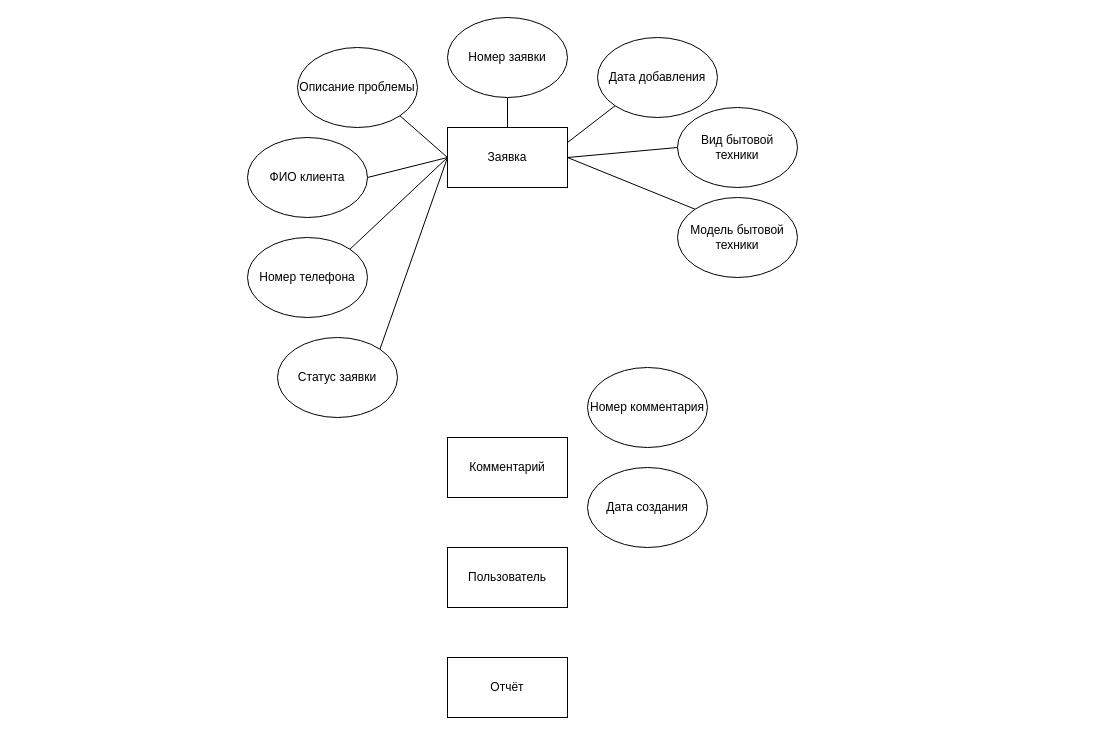
Earlier version of the draw.io diagram page "ER-диаграмма" (3 of 3) of Модуль 1/Вариант_1.drawio (DanizThere/ISRPO_LP). Source tidied: cells renumbered, new cells numbered last; positions are measured from the earlier drawing's top-left corner, leaving out a move shared by most shapes. Both pictures are drawn from the tidied source at 100%, with x=0, y=0 at pixel (247, 17).
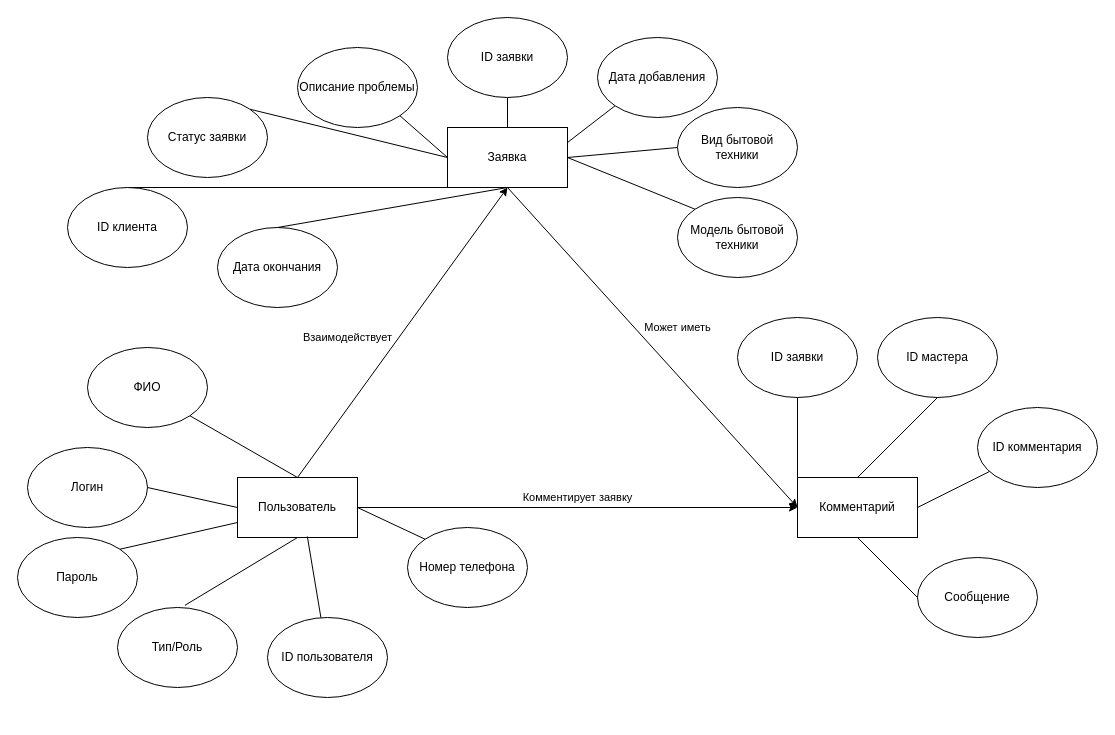
The same diagram, later.

The change refers to these unchanged cells:
```xml
<mxCell id="2" value="Заявка" style="rounded=0;whiteSpace=wrap;html=1;" parent="1" vertex="1">
  <mxGeometry x="200" y="110" width="120" height="60" as="geometry" />
</mxCell>
```

Diff of the diagram source:
```diff
@@
+    <mxCell id="24" value="Может иметь" style="rounded=0;jettySize=auto;html=1;exitX=0.5;exitY=1;exitDx=0;exitDy=0;entryX=0;entryY=0.5;entryDx=0;entryDy=0;" parent="1" edge="1" source="2" target="3">
+      <mxGeometry x="0.01" y="32" relative="1" as="geometry" />
+    </mxCell>
@@
     <mxCell id="3" value="Комментарий" style="rounded=0;whiteSpace=wrap;html=1;" parent="1" vertex="1">
-      <mxGeometry x="200" y="420" width="120" height="60" as="geometry" />
+      <mxGeometry x="550" y="460" width="120" height="60" as="geometry" />
     </mxCell>
+    <mxCell id="25" value="Комментирует заявку" style="edgeStyle=orthogonalEdgeStyle;rounded=0;jettySize=auto;html=1;exitX=1;exitY=0.5;exitDx=0;exitDy=0;entryX=0;entryY=0.5;entryDx=0;entryDy=0;" parent="1" edge="1" source="4" target="3">
+      <mxGeometry y="10" relative="1" as="geometry" />
+    </mxCell>
+    <mxCell id="26" value="Взаимодействует" style="rounded=0;jettySize=auto;html=1;exitX=0.5;exitY=0;exitDx=0;exitDy=0;entryX=0.5;entryY=1;entryDx=0;entryDy=0;" parent="1" edge="1" source="4" target="2">
+      <mxGeometry x="-0.2" y="42" relative="1" as="geometry" />
+    </mxCell>
     <mxCell id="4" value="Пользователь" style="rounded=0;whiteSpace=wrap;html=1;" parent="1" vertex="1">
-      <mxGeometry x="200" y="530" width="120" height="60" as="geometry" />
+      <mxGeometry x="-10" y="460" width="120" height="60" as="geometry" />
     </mxCell>
-    <mxCell id="5" value="Отчёт" style="rounded=0;whiteSpace=wrap;html=1;" parent="1" vertex="1">
-      <mxGeometry x="200" y="640" width="120" height="60" as="geometry" />
-    </mxCell>
@@
-    <mxCell id="7" value="Номер заявки" style="ellipse;whiteSpace=wrap;html=1;" parent="1" vertex="1">
+    <mxCell id="7" value="ID заявки" style="ellipse;whiteSpace=wrap;html=1;" parent="1" vertex="1">
       <mxGeometry x="200" width="120" height="80" as="geometry" />
     </mxCell>
@@
-    <mxCell id="15" style="rounded=0;jettySize=auto;html=1;exitX=1;exitY=0.5;exitDx=0;exitDy=0;entryX=0;entryY=0.5;entryDx=0;entryDy=0;endArrow=none;endFill=0;" parent="1" edge="1" source="16" target="2">
-      <mxGeometry relative="1" as="geometry" />
-    </mxCell>
-    <mxCell id="16" value="ФИО клиента" style="ellipse;whiteSpace=wrap;html=1;" parent="1" vertex="1">
-      <mxGeometry y="120" width="120" height="80" as="geometry" />
-    </mxCell>
-    <mxCell id="17" style="rounded=0;jettySize=auto;html=1;exitX=1;exitY=0;exitDx=0;exitDy=0;entryX=0;entryY=0.5;entryDx=0;entryDy=0;endArrow=none;endFill=0;" parent="1" edge="1" source="18" target="2">
+    <mxCell id="17" style="rounded=0;jettySize=auto;html=1;exitX=0.5;exitY=0;exitDx=0;exitDy=0;entryX=0.5;entryY=1;entryDx=0;entryDy=0;endArrow=none;endFill=0;" parent="1" edge="1" source="33" target="2">
       <mxGeometry relative="1" as="geometry" />
     </mxCell>
-    <mxCell id="18" value="Номер телефона" style="ellipse;whiteSpace=wrap;html=1;" parent="1" vertex="1">
-      <mxGeometry y="220" width="120" height="80" as="geometry" />
-    </mxCell>
@@
     <mxCell id="20" value="Статус заявки" style="ellipse;whiteSpace=wrap;html=1;" parent="1" vertex="1">
-      <mxGeometry x="30" y="320" width="120" height="80" as="geometry" />
+      <mxGeometry x="-100" y="80" width="120" height="80" as="geometry" />
     </mxCell>
@@
-    <mxCell id="22" value="Номер комментария" style="ellipse;whiteSpace=wrap;html=1;" parent="1" vertex="1">
-      <mxGeometry x="340" y="350" width="120" height="80" as="geometry" />
+    <mxCell id="22" value="ID комментария" style="ellipse;whiteSpace=wrap;html=1;" parent="1" vertex="1">
+      <mxGeometry x="730" y="390" width="120" height="80" as="geometry" />
     </mxCell>
-    <mxCell id="23" value="Дата создания" style="ellipse;whiteSpace=wrap;html=1;" parent="1" vertex="1">
-      <mxGeometry x="340" y="450" width="120" height="80" as="geometry" />
+    <mxCell id="23" value="Сообщение" style="ellipse;whiteSpace=wrap;html=1;" parent="1" vertex="1">
+      <mxGeometry x="670" y="540" width="120" height="80" as="geometry" />
     </mxCell>
+    <mxCell id="27" value="ID мастера" style="ellipse;whiteSpace=wrap;html=1;" parent="1" vertex="1">
+      <mxGeometry x="630" y="300" width="120" height="80" as="geometry" />
+    </mxCell>
+    <mxCell id="28" value="ID заявки" style="ellipse;whiteSpace=wrap;html=1;" parent="1" vertex="1">
+      <mxGeometry x="490" y="300" width="120" height="80" as="geometry" />
+    </mxCell>
+    <mxCell id="29" style="rounded=0;jettySize=auto;html=1;exitX=0.5;exitY=1;exitDx=0;exitDy=0;entryX=0;entryY=0.5;entryDx=0;entryDy=0;strokeColor=default;endArrow=none;endFill=0;" parent="1" edge="1" source="28" target="3">
+      <mxGeometry relative="1" as="geometry" />
+    </mxCell>
+    <mxCell id="30" style="rounded=0;jettySize=auto;html=1;exitX=0.5;exitY=0;exitDx=0;exitDy=0;entryX=0.5;entryY=1;entryDx=0;entryDy=0;strokeColor=default;endArrow=none;endFill=0;" parent="1" edge="1" source="3" target="27">
+      <mxGeometry relative="1" as="geometry" />
+    </mxCell>
+    <mxCell id="31" style="rounded=0;jettySize=auto;html=1;exitX=1;exitY=0.5;exitDx=0;exitDy=0;strokeColor=default;endArrow=none;endFill=0;" parent="1" edge="1" source="3" target="22">
+      <mxGeometry relative="1" as="geometry" />
+    </mxCell>
+    <mxCell id="32" style="rounded=0;jettySize=auto;html=1;exitX=0.5;exitY=1;exitDx=0;exitDy=0;entryX=0;entryY=0.5;entryDx=0;entryDy=0;strokeColor=default;endArrow=none;endFill=0;" parent="1" edge="1" source="3" target="23">
+      <mxGeometry relative="1" as="geometry" />
+    </mxCell>
+    <mxCell id="33" value="ID клиента" style="ellipse;whiteSpace=wrap;html=1;" parent="1" vertex="1">
+      <mxGeometry x="-180" y="170" width="120" height="80" as="geometry" />
+    </mxCell>
+    <mxCell id="34" value="Дата окончания" style="ellipse;whiteSpace=wrap;html=1;" parent="1" vertex="1">
+      <mxGeometry x="-30" y="210" width="120" height="80" as="geometry" />
+    </mxCell>
+    <mxCell id="35" style="rounded=0;jettySize=auto;html=1;exitX=0.5;exitY=0;exitDx=0;exitDy=0;entryX=0.5;entryY=1;entryDx=0;entryDy=0;endArrow=none;endFill=0;" parent="1" edge="1" source="34" target="2">
+      <mxGeometry relative="1" as="geometry" />
+    </mxCell>
+    <mxCell id="36" value="ФИО" style="ellipse;whiteSpace=wrap;html=1;" parent="1" vertex="1">
+      <mxGeometry x="-160" y="330" width="120" height="80" as="geometry" />
+    </mxCell>
+    <mxCell id="37" value="Логин" style="ellipse;whiteSpace=wrap;html=1;" parent="1" vertex="1">
+      <mxGeometry x="-220" y="430" width="120" height="80" as="geometry" />
+    </mxCell>
+    <mxCell id="38" value="Пароль" style="ellipse;whiteSpace=wrap;html=1;" parent="1" vertex="1">
+      <mxGeometry x="-230" y="520" width="120" height="80" as="geometry" />
+    </mxCell>
+    <mxCell id="39" value="Тип/Роль" style="ellipse;whiteSpace=wrap;html=1;" parent="1" vertex="1">
+      <mxGeometry x="-130" y="590" width="120" height="80" as="geometry" />
+    </mxCell>
+    <mxCell id="40" value="ID пользователя" style="ellipse;whiteSpace=wrap;html=1;" parent="1" vertex="1">
+      <mxGeometry x="20" y="600" width="120" height="80" as="geometry" />
+    </mxCell>
+    <mxCell id="18" value="Номер телефона" style="ellipse;whiteSpace=wrap;html=1;" parent="1" vertex="1">
+      <mxGeometry x="160" y="510" width="120" height="80" as="geometry" />
+    </mxCell>
+    <mxCell id="41" style="rounded=0;jettySize=auto;html=1;exitX=0.5;exitY=0;exitDx=0;exitDy=0;entryX=1;entryY=1;entryDx=0;entryDy=0;endArrow=none;endFill=0;" parent="1" edge="1" source="4" target="36">
+      <mxGeometry relative="1" as="geometry" />
+    </mxCell>
+    <mxCell id="42" style="rounded=0;jettySize=auto;html=1;exitX=0;exitY=0.5;exitDx=0;exitDy=0;entryX=1;entryY=0.5;entryDx=0;entryDy=0;endArrow=none;endFill=0;" parent="1" edge="1" source="4" target="37">
+      <mxGeometry relative="1" as="geometry" />
+    </mxCell>
+    <mxCell id="43" style="rounded=0;jettySize=auto;html=1;exitX=0;exitY=0.75;exitDx=0;exitDy=0;entryX=1;entryY=0;entryDx=0;entryDy=0;endArrow=none;endFill=0;" parent="1" edge="1" source="4" target="38">
+      <mxGeometry relative="1" as="geometry" />
+    </mxCell>
+    <mxCell id="44" style="rounded=0;jettySize=auto;html=1;exitX=0.5;exitY=1;exitDx=0;exitDy=0;entryX=0.562;entryY=-0.027;entryDx=0;entryDy=0;endArrow=none;endFill=0;entryPerimeter=0;" parent="1" edge="1" source="4" target="39">
+      <mxGeometry relative="1" as="geometry" />
+    </mxCell>
+    <mxCell id="45" style="rounded=0;jettySize=auto;html=1;entryX=0.582;entryY=0.983;entryDx=0;entryDy=0;endArrow=none;endFill=0;entryPerimeter=0;" parent="1" edge="1" source="40" target="4">
+      <mxGeometry relative="1" as="geometry" />
+    </mxCell>
+    <mxCell id="46" style="rounded=0;jettySize=auto;html=1;entryX=1;entryY=0.5;entryDx=0;entryDy=0;endArrow=none;endFill=0;exitX=0;exitY=0;exitDx=0;exitDy=0;" parent="1" edge="1" source="18" target="4">
+      <mxGeometry relative="1" as="geometry" />
+    </mxCell>
```
